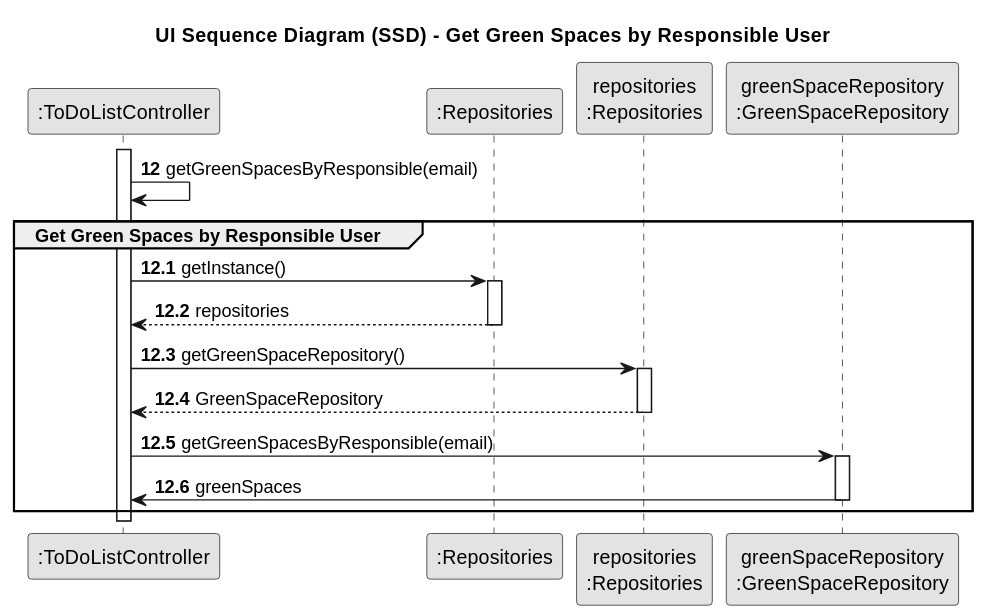
Above: docs/sprintC/us021/03.design/svg/us021-sequence-diagram-partial-get-green-spaces-by-responsible-UI_Sequence_Diagram__SSD____Get_Green_Spaces_by_Responsible_User.svg in SAEmanuel/Green_Spaces_Management_ISEP (PlantUML), before the change. Its diagram source:
```plantuml
@startuml
skinparam monochrome true
skinparam packageStyle rectangle
skinparam shadowing false

title UI Sequence Diagram (SSD) - Get Green Spaces by Responsible User

autonumber


participant ":ToDoListController" as CTRL
participant ":Repositories" as RepositorySingleton
participant "repositories\n:Repositories" as PLAT
participant "greenSpaceRepository\n:GreenSpaceRepository" as GREENSpaceRepository



activate CTRL
autonumber 12
CTRL -> CTRL : getGreenSpacesByResponsible(email)

group Get Green Spaces by Responsible User
autonumber 12.1
CTRL -> RepositorySingleton : getInstance()
activate RepositorySingleton
RepositorySingleton --> CTRL: repositories
deactivate RepositorySingleton

CTRL -> PLAT : getGreenSpaceRepository()
activate PLAT
PLAT --> CTRL: GreenSpaceRepository
deactivate PLAT

CTRL -> GREENSpaceRepository : getGreenSpacesByResponsible(email)
activate GREENSpaceRepository
GREENSpaceRepository -> CTRL : greenSpaces
deactivate GREENSpaceRepository
end

deactivate CTRL
@enduml
```
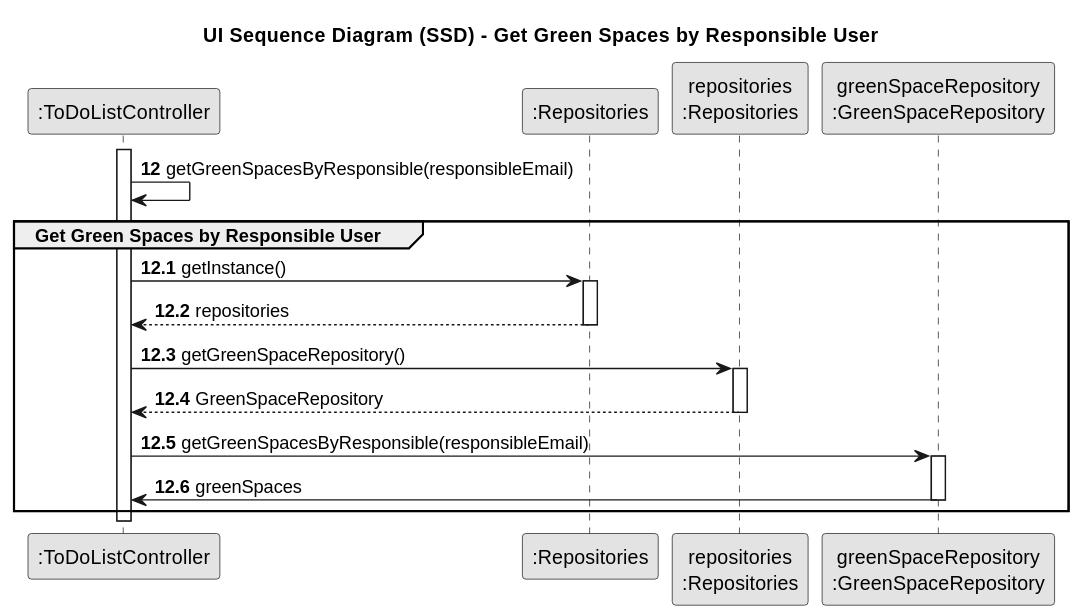
Later version of the same file.

What changed in the source:
```diff
@@ -17,7 +17,7 @@
 
 activate CTRL
 autonumber 12
-CTRL -> CTRL : getGreenSpacesByResponsible(email)
+CTRL -> CTRL : getGreenSpacesByResponsible(responsibleEmail)
 
 group Get Green Spaces by Responsible User
 autonumber 12.1
@@ -31,7 +31,7 @@
 PLAT --> CTRL: GreenSpaceRepository
 deactivate PLAT
 
-CTRL -> GREENSpaceRepository : getGreenSpacesByResponsible(email)
+CTRL -> GREENSpaceRepository : getGreenSpacesByResponsible(responsibleEmail)
 activate GREENSpaceRepository
 GREENSpaceRepository -> CTRL : greenSpaces
 deactivate GREENSpaceRepository
```
